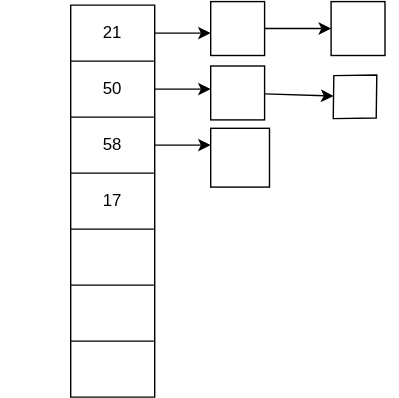
This is hashing/documention/chaining.drawio.svg from ratanlalmourya/geeksforgeeks, a draw.io export, as it was before one commit. Source tidied: cells renumbered, new cells last; positions are measured from the earlier drawing's top-left corner, leaving out a move shared by most shapes.
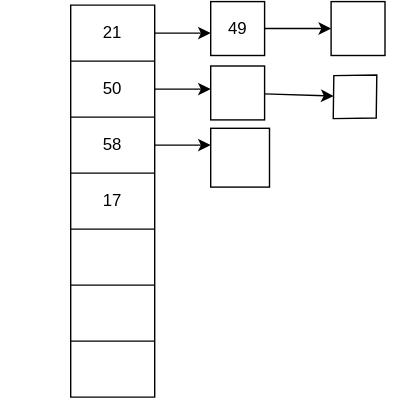
After the change.

Change to the diagram source:
```diff
@@ -87,7 +87,7 @@
     <mxCell id="28" style="edgeStyle=none;html=1;fontColor=#FFFFFF;" parent="1" edge="1" source="29" target="30">
       <mxGeometry relative="1" as="geometry" />
     </mxCell>
-    <mxCell id="29" value="49" style="whiteSpace=wrap;html=1;strokeColor=default;fontColor=#FFFFFF;fillColor=none;labelBorderColor=none;labelBackgroundColor=#FFFFFF;" parent="1" vertex="1">
+    <mxCell id="29" value="49" style="whiteSpace=wrap;html=1;strokeColor=default;fontColor=#000000;fillColor=#FFFFFF;labelBorderColor=none;labelBackgroundColor=none;" parent="1" vertex="1">
       <mxGeometry x="150" y="-0.5" width="38.5" height="38.5" as="geometry" />
     </mxCell>
     <mxCell id="30" value="56" style="whiteSpace=wrap;html=1;strokeColor=default;fontColor=#FFFFFF;fillColor=none;" parent="1" vertex="1">
```
